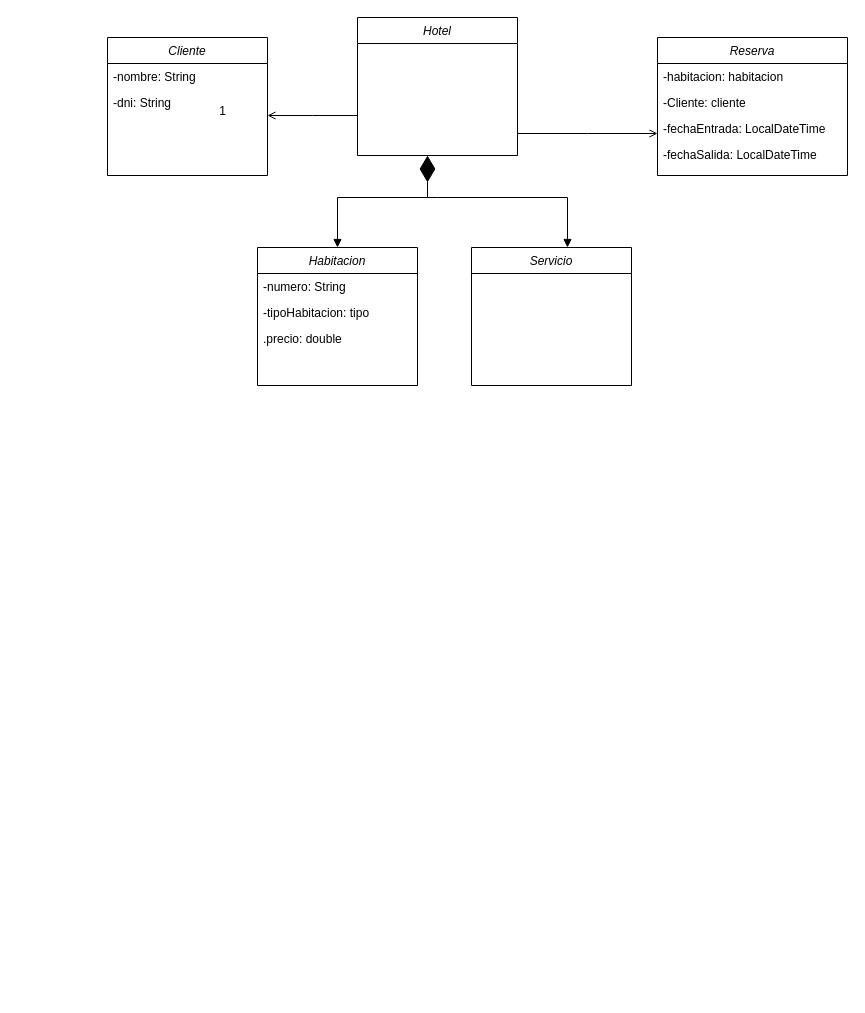
yeri966/RepositorioHotel keeps this draw.io diagram as model/Diagrama sin título.drawio. Above is the earlier version. Source tidied: cells renumbered, new cells numbered last; positions are measured from the earlier drawing's top-left corner, leaving out a move shared by most shapes. Both pictures are drawn from the tidied source at 100%, with x=0, y=0 at pixel (107, 17).
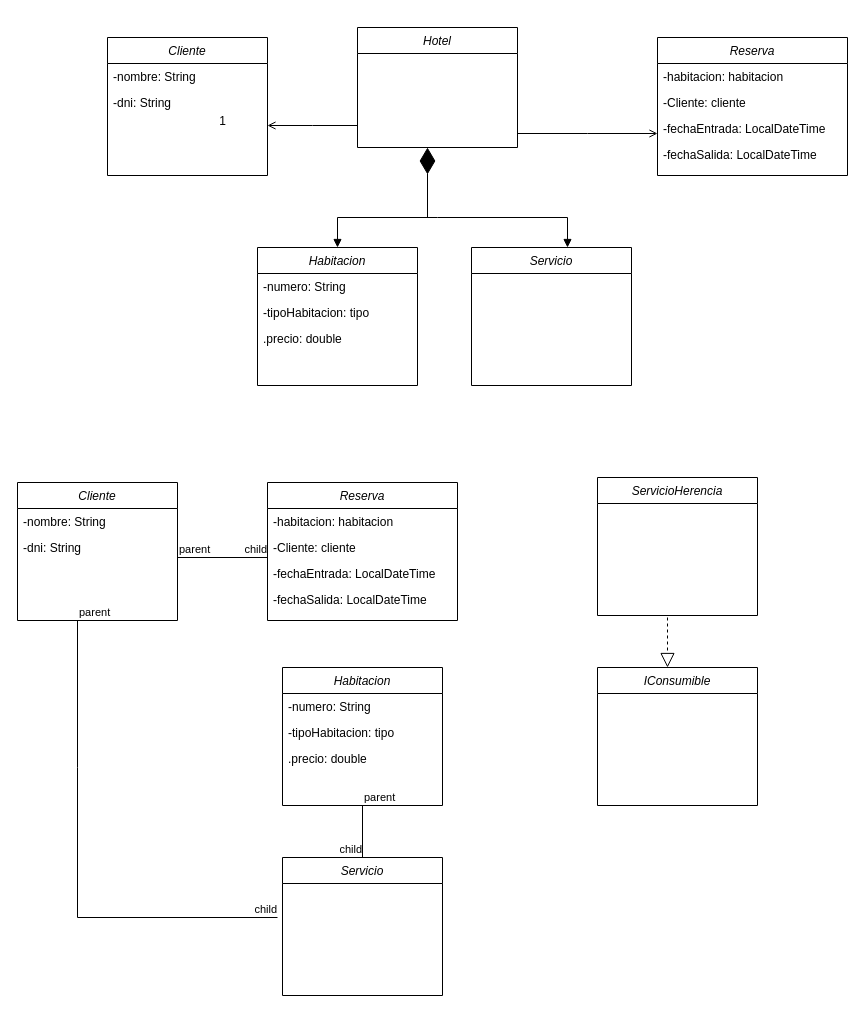
After the change.

Unchanged cells that the change refers to:
```xml
<mxCell id="14" value="Habitacion" style="swimlane;fontStyle=2;align=center;verticalAlign=top;horizontal=1;startSize=26;rounded=0;shadow=0;strokeWidth=1;" parent="1" vertex="1">
  <mxGeometry x="150" y="230" width="160" height="138" as="geometry" />
</mxCell>
<mxCell id="18" value="Servicio" style="swimlane;fontStyle=2;align=center;verticalAlign=top;horizontal=1;startSize=26;rounded=0;shadow=0;strokeWidth=1;" parent="1" vertex="1">
  <mxGeometry x="364" y="230" width="160" height="138" as="geometry" />
</mxCell>
```

Change to the diagram source:
```diff
@@
     <mxCell id="2" value="Hotel" style="swimlane;fontStyle=2;align=center;verticalAlign=top;horizontal=1;startSize=26;rounded=0;shadow=0;strokeWidth=1;" parent="1" vertex="1">
-      <mxGeometry x="250" width="160" height="138" as="geometry" />
+      <mxGeometry x="250" y="10" width="160" height="120" as="geometry" />
     </mxCell>
@@
     <mxCell id="19" style="endArrow=block;startArrow=block;endFill=1;startFill=1;html=1;rounded=0;exitX=0.5;exitY=0;exitDx=0;exitDy=0;entryX=0.6;entryY=0;entryDx=0;entryDy=0;entryPerimeter=0;" parent="1" edge="1" source="14" target="18">
       <mxGeometry relative="1" as="geometry">
         <Array as="points">
-          <mxPoint x="230" y="180" />
-          <mxPoint x="330" y="180" />
-          <mxPoint x="460" y="180" />
+          <mxPoint x="230" y="200" />
+          <mxPoint x="330" y="200" />
+          <mxPoint x="460" y="200" />
         </Array>
       </mxGeometry>
     </mxCell>
     <mxCell id="20" style="endArrow=diamondThin;endFill=1;endSize=24;html=1;rounded=0;" parent="1" edge="1">
       <mxGeometry relative="1" as="geometry">
-        <mxPoint x="320" y="180" as="sourcePoint" />
-        <mxPoint x="320" y="138" as="targetPoint" />
+        <mxPoint x="320" y="200" as="sourcePoint" />
+        <mxPoint x="320" y="130" as="targetPoint" />
       </mxGeometry>
     </mxCell>
+    <mxCell id="21" value="Cliente" style="swimlane;fontStyle=2;align=center;verticalAlign=top;horizontal=1;startSize=26;rounded=0;shadow=0;strokeWidth=1;" parent="1" vertex="1">
+      <mxGeometry x="-90" y="465" width="160" height="138" as="geometry" />
+    </mxCell>
+    <mxCell id="22" value="-nombre: String" style="text;strokeColor=none;fillColor=none;align=left;verticalAlign=top;spacingLeft=4;spacingRight=4;overflow=hidden;whiteSpace=wrap;html=1;" parent="21" vertex="1">
+      <mxGeometry y="26" width="160" height="26" as="geometry" />
+    </mxCell>
+    <mxCell id="23" value="-dni: String" style="text;strokeColor=none;fillColor=none;align=left;verticalAlign=top;spacingLeft=4;spacingRight=4;overflow=hidden;whiteSpace=wrap;html=1;" parent="21" vertex="1">
+      <mxGeometry y="52" width="160" height="26" as="geometry" />
+    </mxCell>
+    <mxCell id="24" value="Reserva&#10;" style="swimlane;fontStyle=2;align=center;verticalAlign=top;horizontal=1;startSize=26;rounded=0;shadow=0;strokeWidth=1;" parent="1" vertex="1">
+      <mxGeometry x="160" y="465" width="190" height="138" as="geometry" />
+    </mxCell>
+    <mxCell id="25" value="-habitacion: habitacion&lt;span style=&quot;white-space: pre;&quot;&gt;&#9;&lt;/span&gt;" style="text;strokeColor=none;fillColor=none;align=left;verticalAlign=top;spacingLeft=4;spacingRight=4;overflow=hidden;whiteSpace=wrap;html=1;" parent="24" vertex="1">
+      <mxGeometry y="26" width="190" height="26" as="geometry" />
+    </mxCell>
+    <mxCell id="26" value="-Cliente: cliente" style="text;strokeColor=none;fillColor=none;align=left;verticalAlign=top;spacingLeft=4;spacingRight=4;overflow=hidden;whiteSpace=wrap;html=1;" parent="24" vertex="1">
+      <mxGeometry y="52" width="190" height="26" as="geometry" />
+    </mxCell>
+    <mxCell id="27" value="-fechaEntrada: LocalDateTime" style="text;strokeColor=none;fillColor=none;align=left;verticalAlign=top;spacingLeft=4;spacingRight=4;overflow=hidden;whiteSpace=wrap;html=1;" parent="24" vertex="1">
+      <mxGeometry y="78" width="190" height="26" as="geometry" />
+    </mxCell>
+    <mxCell id="28" value="-fechaSalida: LocalDateTime" style="text;strokeColor=none;fillColor=none;align=left;verticalAlign=top;spacingLeft=4;spacingRight=4;overflow=hidden;whiteSpace=wrap;html=1;" parent="24" vertex="1">
+      <mxGeometry y="104" width="190" height="26" as="geometry" />
+    </mxCell>
+    <mxCell id="29" value="Habitacion" style="swimlane;fontStyle=2;align=center;verticalAlign=top;horizontal=1;startSize=26;rounded=0;shadow=0;strokeWidth=1;" parent="1" vertex="1">
+      <mxGeometry x="175" y="650" width="160" height="138" as="geometry" />
+    </mxCell>
+    <mxCell id="30" value="-numero: String" style="text;strokeColor=none;fillColor=none;align=left;verticalAlign=top;spacingLeft=4;spacingRight=4;overflow=hidden;whiteSpace=wrap;html=1;" parent="29" vertex="1">
+      <mxGeometry y="26" width="160" height="26" as="geometry" />
+    </mxCell>
+    <mxCell id="31" value="-tipoHabitacion: tipo" style="text;strokeColor=none;fillColor=none;align=left;verticalAlign=top;spacingLeft=4;spacingRight=4;overflow=hidden;whiteSpace=wrap;html=1;" parent="29" vertex="1">
+      <mxGeometry y="52" width="160" height="26" as="geometry" />
+    </mxCell>
+    <mxCell id="32" value=".precio: double" style="text;strokeColor=none;fillColor=none;align=left;verticalAlign=top;spacingLeft=4;spacingRight=4;overflow=hidden;whiteSpace=wrap;html=1;" parent="29" vertex="1">
+      <mxGeometry y="78" width="160" height="26" as="geometry" />
+    </mxCell>
+    <mxCell id="33" value="ServicioHerencia" style="swimlane;fontStyle=2;align=center;verticalAlign=top;horizontal=1;startSize=26;rounded=0;shadow=0;strokeWidth=1;" parent="1" vertex="1">
+      <mxGeometry x="490" y="460" width="160" height="138" as="geometry" />
+    </mxCell>
+    <mxCell id="34" value="IConsumible" style="swimlane;fontStyle=2;align=center;verticalAlign=top;horizontal=1;startSize=26;rounded=0;shadow=0;strokeWidth=1;" parent="1" vertex="1">
+      <mxGeometry x="490" y="650" width="160" height="138" as="geometry" />
+    </mxCell>
+    <mxCell id="35" value="Servicio" style="swimlane;fontStyle=2;align=center;verticalAlign=top;horizontal=1;startSize=26;rounded=0;shadow=0;strokeWidth=1;" parent="1" vertex="1">
+      <mxGeometry x="175" y="840" width="160" height="138" as="geometry" />
+    </mxCell>
+    <mxCell id="36" style="endArrow=none;html=1;edgeStyle=orthogonalEdgeStyle;rounded=0;" parent="1" edge="1">
+      <mxGeometry relative="1" as="geometry">
+        <mxPoint x="-30" y="603" as="sourcePoint" />
+        <mxPoint x="170" y="900" as="targetPoint" />
+        <Array as="points">
+          <mxPoint x="-30" y="750" />
+          <mxPoint x="-30" y="750" />
+        </Array>
+      </mxGeometry>
+    </mxCell>
+    <mxCell id="37" value="parent" style="edgeLabel;html=1;align=left;verticalAlign=bottom;" parent="36" vertex="1">
+      <mxGeometry x="-1" relative="1" as="geometry" />
+    </mxCell>
+    <mxCell id="38" value="child" style="edgeLabel;html=1;align=right;verticalAlign=bottom;" parent="36" vertex="1">
+      <mxGeometry x="1" relative="1" as="geometry" />
+    </mxCell>
+    <mxCell id="39" style="endArrow=none;html=1;edgeStyle=orthogonalEdgeStyle;rounded=0;" parent="1" edge="1">
+      <mxGeometry relative="1" as="geometry">
+        <mxPoint x="70" y="540" as="sourcePoint" />
+        <mxPoint x="160" y="540" as="targetPoint" />
+      </mxGeometry>
+    </mxCell>
+    <mxCell id="40" value="parent" style="edgeLabel;html=1;align=left;verticalAlign=bottom;" parent="39" vertex="1">
+      <mxGeometry x="-1" relative="1" as="geometry" />
+    </mxCell>
+    <mxCell id="41" value="child" style="edgeLabel;html=1;align=right;verticalAlign=bottom;" parent="39" vertex="1">
+      <mxGeometry x="1" relative="1" as="geometry" />
+    </mxCell>
+    <mxCell id="42" style="endArrow=none;html=1;edgeStyle=orthogonalEdgeStyle;rounded=0;exitX=0.5;exitY=1;exitDx=0;exitDy=0;entryX=0.5;entryY=0;entryDx=0;entryDy=0;" parent="1" edge="1" source="29" target="35">
+      <mxGeometry relative="1" as="geometry" />
+    </mxCell>
+    <mxCell id="43" value="parent" style="edgeLabel;html=1;align=left;verticalAlign=bottom;" parent="42" vertex="1">
+      <mxGeometry x="-1" relative="1" as="geometry" />
+    </mxCell>
+    <mxCell id="44" value="child" style="edgeLabel;html=1;align=right;verticalAlign=bottom;" parent="42" vertex="1">
+      <mxGeometry x="1" relative="1" as="geometry" />
+    </mxCell>
+    <mxCell id="45" style="endArrow=block;dashed=1;endFill=0;endSize=12;html=1;rounded=0;" parent="1" edge="1">
+      <mxGeometry relative="1" as="geometry">
+        <mxPoint x="560" y="600" as="sourcePoint" />
+        <mxPoint x="560" y="650" as="targetPoint" />
+      </mxGeometry>
+    </mxCell>
```
